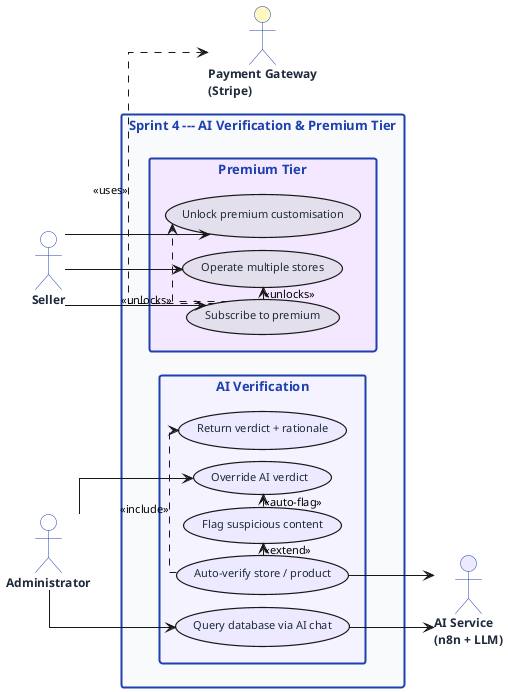
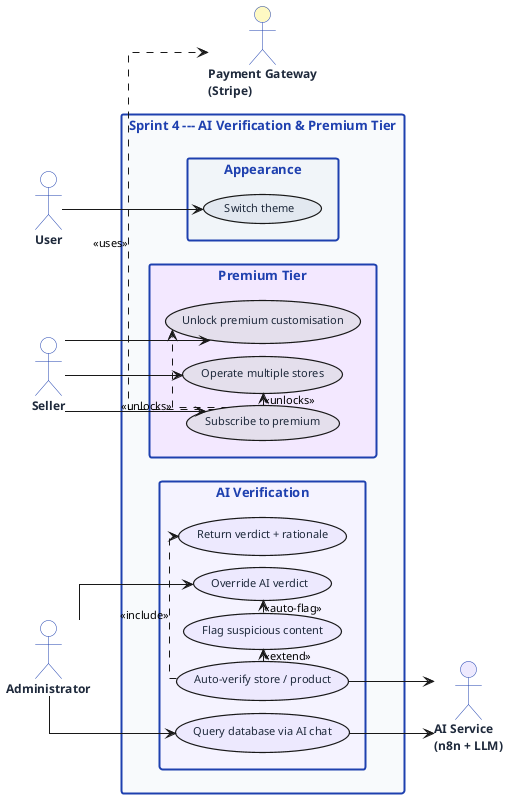
@startuml uc-sprint4

skinparam defaultFontName Helvetica
skinparam defaultFontSize 11
skinparam backgroundColor #FFFFFF
skinparam shadowing false
skinparam packageStyle rectangle
skinparam linetype ortho
skinparam nodesep 12
skinparam ranksep 70

skinparam actor {
  BackgroundColor #FFFFFF
  BorderColor #1E40AF
  FontColor #1E293B
  FontStyle bold
  FontSize 12
}
skinparam usecase {
  BorderThickness 1.2
  FontColor #1E293B
  FontSize 11
}
skinparam rectangle {
  BackgroundColor #F8FAFC
  BorderColor #1E40AF
  BorderThickness 2
  FontColor #1E40AF
  FontStyle bold
  FontSize 13
}

left to right direction

+ actor User          as User
actor Seller        as Seller
actor Administrator as Admin

rectangle "Sprint 4 --- AI Verification & Premium Tier" {

  rectangle "AI Verification" #F5F3FF {
    (Auto-verify store / product) as V1 #EDE9FE
    (Return verdict + rationale)  as V2 #EDE9FE
    (Flag suspicious content)     as V3 #EDE9FE
    (Override AI verdict)         as V4 #EDE9FE
    (Query database via AI chat)  as V5 #EDE9FE
  }

  rectangle "Premium Tier" #F3E8FF {
    (Subscribe to premium)         as P1 #E4DFEC
    (Unlock premium customisation) as P2 #E4DFEC
    (Operate multiple stores)      as P3 #E4DFEC
  }
+ 
+   rectangle "Appearance" #F1F5F9 {
+     (Switch theme)                 as T1 #E2E8F0
+   }
}

actor "AI Service\n(n8n + LLM)"   as AI  #EDE9FE
actor "Payment Gateway\n(Stripe)" as PAY #FEF9C3

Admin  --> V4
Admin  --> V5
Seller --> P1
Seller --> P2
Seller --> P3
+ User   --> T1

V1 .> V2 : <<include>>
V1 .> V3 : <<extend>>
V3 .> V4 : <<auto-flag>>
V1 --> AI
V5 --> AI
P1 .> PAY : <<uses>>
P1 .> P2 : <<unlocks>>
P1 .> P3 : <<unlocks>>

@enduml
